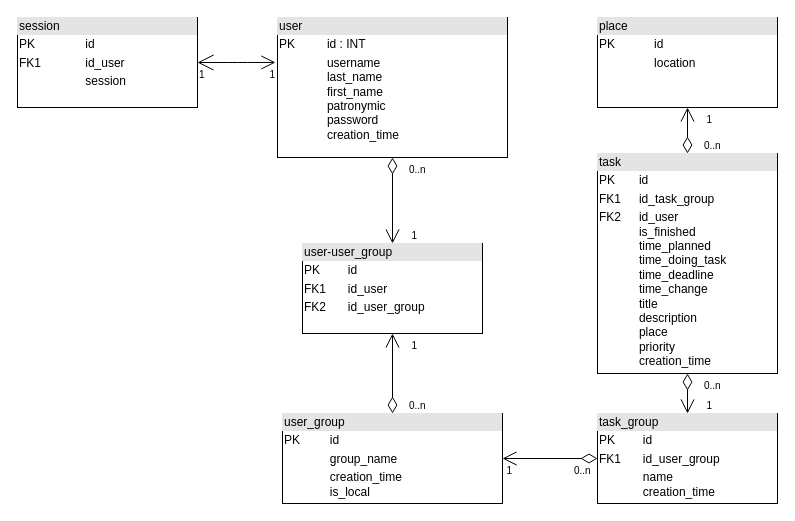
Before: docs/ProjectDatabase.drawio in nikatov/organizeme, a draw.io diagram. Source tidied: cells renumbered, new cells numbered last; positions are measured from the earlier drawing's top-left corner, leaving out a move shared by most shapes. Both pictures are drawn from the tidied source at 100%, with x=0, y=0 at pixel (17, 17).
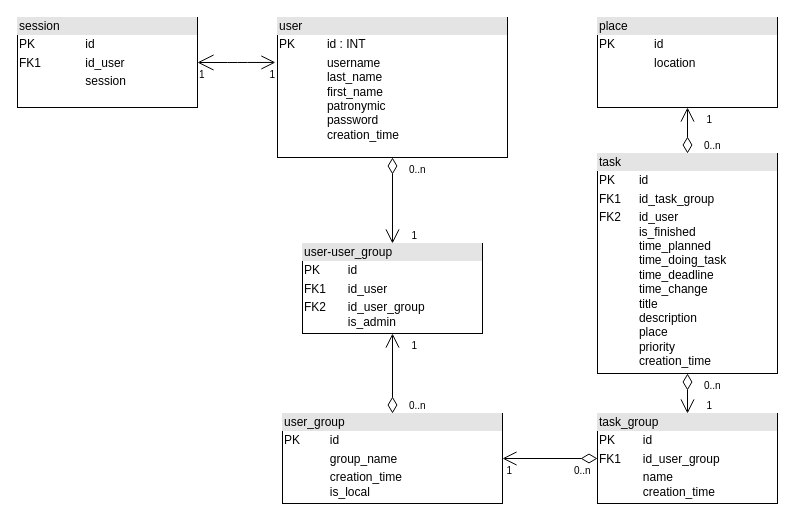
The same diagram, later.

Commit message (it also covers changes not shown here):
Добавлено поле is_admin в таблицу user_user-group

Diff of the diagram source:
```diff
@@
-    <mxCell id="8" value="&lt;div style=&quot;box-sizing: border-box ; width: 100% ; background: #e4e4e4 ; padding: 2px&quot;&gt;user-user_group&lt;/div&gt;&lt;table style=&quot;width: 100% ; font-size: 1em&quot; cellspacing=&quot;0&quot; cellpadding=&quot;2&quot;&gt;&lt;tbody&gt;&lt;tr&gt;&lt;td&gt;PK&lt;/td&gt;&lt;td&gt;id&lt;/td&gt;&lt;/tr&gt;&lt;tr&gt;&lt;td&gt;FK1&lt;/td&gt;&lt;td&gt;id_user&lt;br&gt;&lt;/td&gt;&lt;/tr&gt;&lt;tr&gt;&lt;td&gt;FK2&lt;/td&gt;&lt;td&gt;id_user_group&lt;/td&gt;&lt;/tr&gt;&lt;/tbody&gt;&lt;/table&gt;" style="verticalAlign=top;align=left;overflow=fill;html=1;" parent="1" vertex="1">
+    <mxCell id="8" value="&lt;div style=&quot;box-sizing: border-box ; width: 100% ; background: #e4e4e4 ; padding: 2px&quot;&gt;user-user_group&lt;/div&gt;&lt;table style=&quot;width: 100% ; font-size: 1em&quot; cellspacing=&quot;0&quot; cellpadding=&quot;2&quot;&gt;&lt;tbody&gt;&lt;tr&gt;&lt;td&gt;PK&lt;/td&gt;&lt;td&gt;id&lt;/td&gt;&lt;/tr&gt;&lt;tr&gt;&lt;td&gt;FK1&lt;/td&gt;&lt;td&gt;id_user&lt;br&gt;&lt;/td&gt;&lt;/tr&gt;&lt;tr&gt;&lt;td&gt;FK2&lt;br&gt;&lt;br&gt;&lt;/td&gt;&lt;td&gt;id_user_group&lt;br&gt;is_admin&lt;br&gt;&lt;/td&gt;&lt;/tr&gt;&lt;/tbody&gt;&lt;/table&gt;" style="verticalAlign=top;align=left;overflow=fill;html=1;" parent="1" vertex="1">
       <mxGeometry x="285" y="226" width="180" height="90" as="geometry" />
     </mxCell>
```
